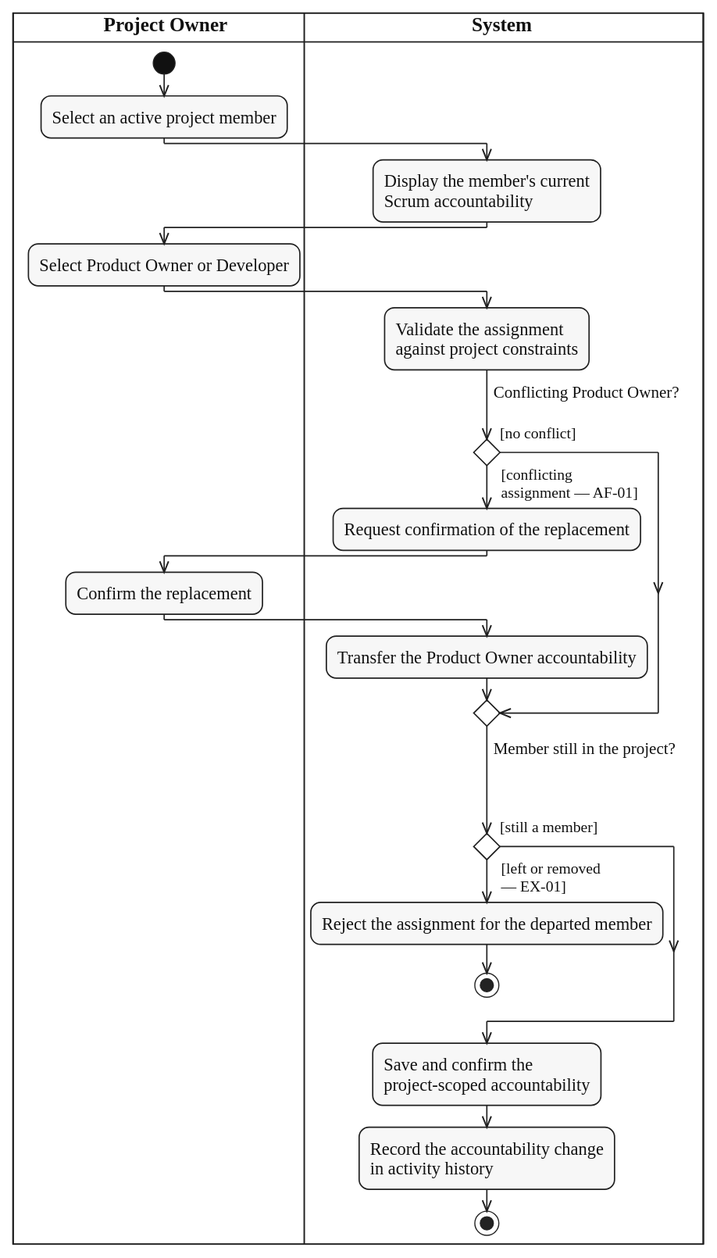
lukenab/swd392-doc-automation keeps this PlantUML diagram as diagrams/activity/project-membership/svg/UC-SCRUM-ACCOUNTABILITY-ASSIGN.svg. Above is the earlier version. Its source is kept beside it as diagrams/activity/project-membership/source/UC-SCRUM-ACCOUNTABILITY-ASSIGN.puml. Its diagram source:
```plantuml
@startuml UC-SCRUM-ACCOUNTABILITY-ASSIGN
!include ../../_shared/activity-style.puml

|OWN| $lane_title("Project Owner")
|SYS| $lane_title("System")

|OWN|
start
:Select an active project member;
|SYS|
:Display the member's current
Scrum accountability;
|OWN|
:Select Product Owner or Developer;
|SYS|
:Validate the assignment
against project constraints;
if ($question("Conflicting Product Owner?")) then ($guard_left("[no conflict]"))
else ($guard_right("[conflicting", "assignment — AF-01]"))
  :Request confirmation of the replacement;
  |OWN|
  :Confirm the replacement;
  |SYS|
  :Transfer the Product Owner accountability;
endif
if ($question_x("Member still in the project?")) then ($guard_left("[still a member]"))
else ($guard_right("[left or removed", "— EX-01]"))
  :Reject the assignment for the departed member;
  stop
endif
:Save and confirm the
project-scoped accountability;
:Record the accountability change
in activity history;
stop
@enduml
```
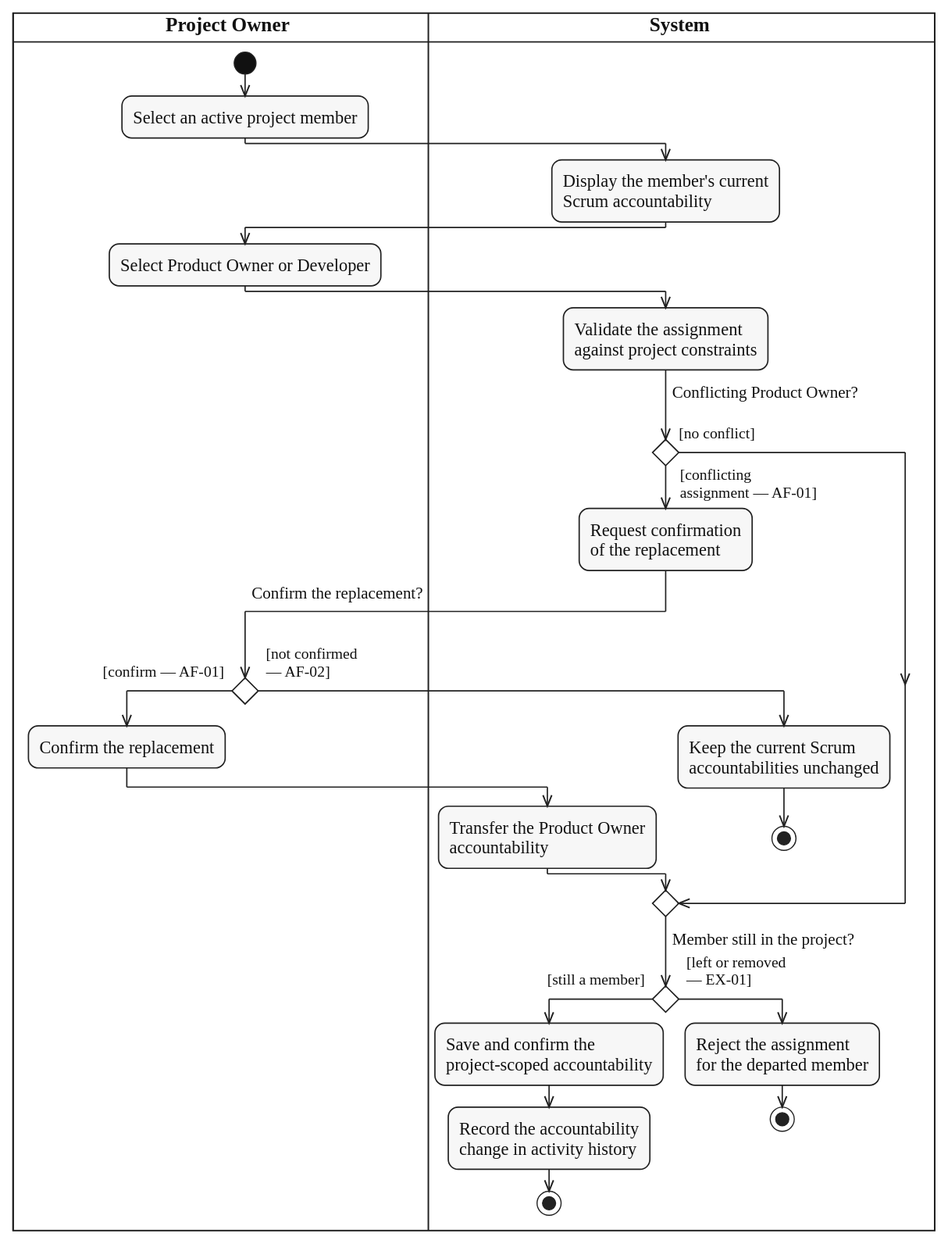
After the commit.

Commit message:
fix(activity): add AF-02 to UC-10 Assign Scrum Accountability

PR #8 added AF-02 (replacement not confirmed). The diagram now has a
Project Owner decision 'Confirm the replacement?' and draws EX-01 as a
side branch, so its guard is no longer crossed by a flow line.

Diff of the diagram source:
```diff
@@ -1,6 +1,5 @@
 @startuml UC-SCRUM-ACCOUNTABILITY-ASSIGN
 !include ../../_shared/activity-style.puml
-
 |OWN| $lane_title("Project Owner")
 |SYS| $lane_title("System")
 
@@ -17,20 +16,30 @@
 against project constraints;
 if ($question("Conflicting Product Owner?")) then ($guard_left("[no conflict]"))
 else ($guard_right("[conflicting", "assignment — AF-01]"))
-  :Request confirmation of the replacement;
+  :Request confirmation
+  of the replacement;
   |OWN|
-  :Confirm the replacement;
-  |SYS|
-  :Transfer the Product Owner accountability;
+  if ($question_x("Confirm the replacement?")) then ($guard_left("[confirm — AF-01]"))
+    :Confirm the replacement;
+    |SYS|
+    :Transfer the Product Owner
+    accountability;
+  else ($guard_right("[not confirmed", "— AF-02]"))
+    |SYS|
+    :Keep the current Scrum
+    accountabilities unchanged;
+    stop
+  endif
 endif
-if ($question_x("Member still in the project?")) then ($guard_left("[still a member]"))
+if ($question("Member still in the project?")) then ($guard_left("[still a member]"))
+  :Save and confirm the
+  project-scoped accountability;
+  :Record the accountability
+  change in activity history;
+  stop
 else ($guard_right("[left or removed", "— EX-01]"))
-  :Reject the assignment for the departed member;
+  :Reject the assignment
+  for the departed member;
   stop
 endif
-:Save and confirm the
-project-scoped accountability;
-:Record the accountability change
-in activity history;
-stop
 @enduml
```
